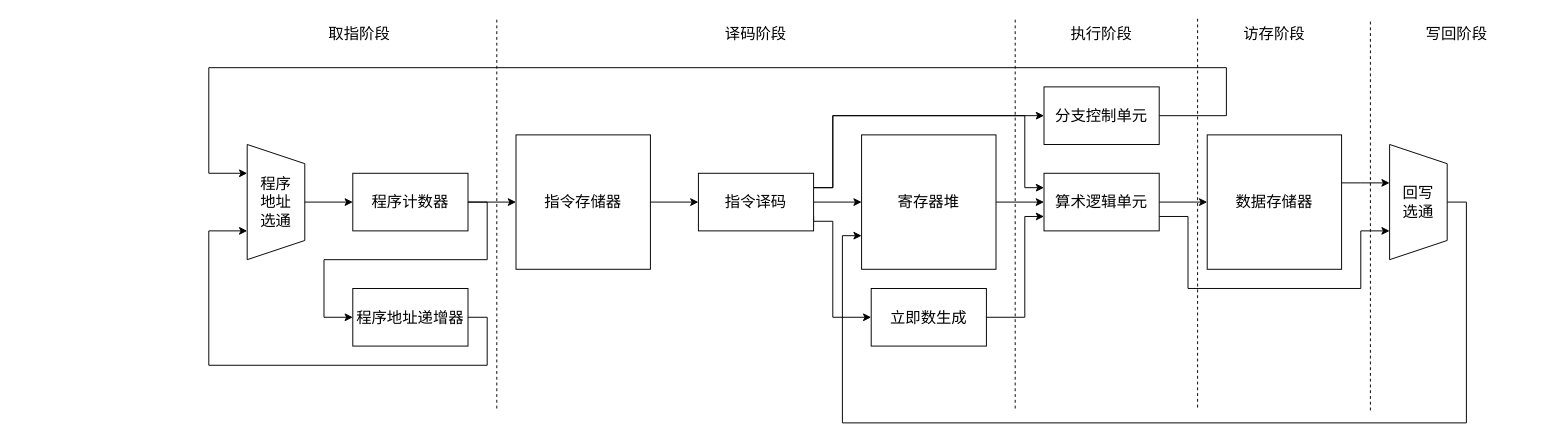
Above: Pipeline Arch.drawio in Jzjerry/Jeriscv (draw.io), before the change. Source tidied: cells renumbered, new cells numbered last; positions are measured from the earlier drawing's top-left corner, leaving out a move shared by most shapes. Both pictures are drawn from the tidied source at 96%, with x=0, y=0 at pixel (208, 16).
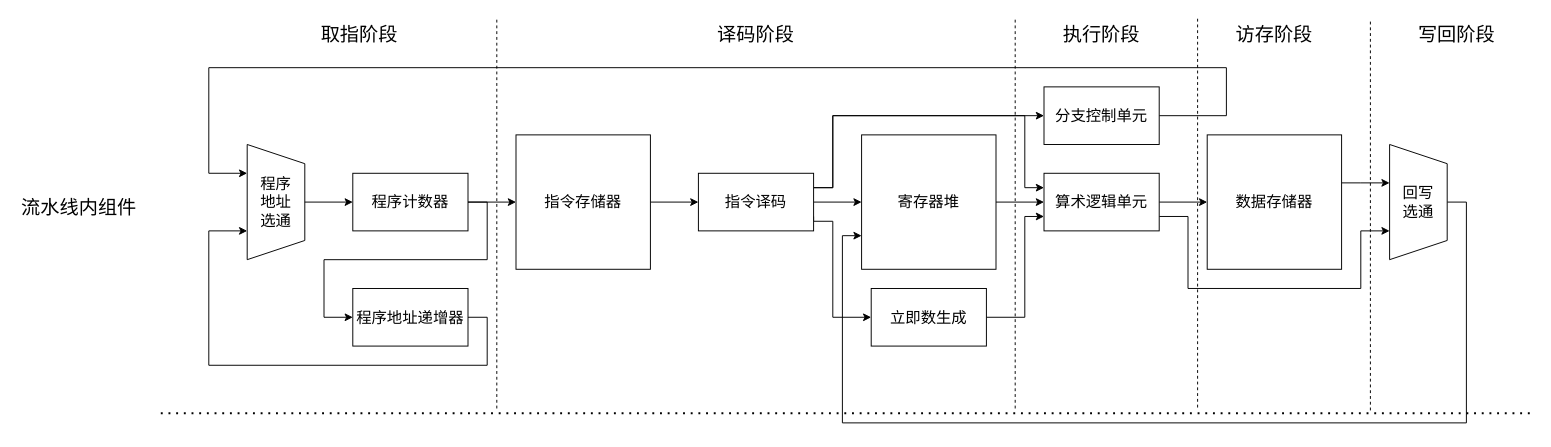
The same diagram, later.

What changed in the source:
```diff
@@
-    <mxCell id="33" value="取指阶段" style="text;html=1;strokeColor=none;fillColor=none;align=center;verticalAlign=middle;whiteSpace=wrap;rounded=0;fontFamily=Helvetica;fontSize=16;" parent="1" vertex="1">
+    <mxCell id="33" value="取指阶段" style="text;html=1;strokeColor=none;fillColor=none;align=center;verticalAlign=middle;whiteSpace=wrap;rounded=0;fontFamily=Helvetica;fontSize=20;" parent="1" vertex="1">
       <mxGeometry x="97" y="3" width="120" height="30" as="geometry" />
     </mxCell>
-    <mxCell id="34" value="译码阶段" style="text;html=1;strokeColor=none;fillColor=none;align=center;verticalAlign=middle;whiteSpace=wrap;rounded=0;fontFamily=Helvetica;fontSize=16;" parent="1" vertex="1">
+    <mxCell id="34" value="译码阶段" style="text;html=1;strokeColor=none;fillColor=none;align=center;verticalAlign=middle;whiteSpace=wrap;rounded=0;fontFamily=Helvetica;fontSize=20;" parent="1" vertex="1">
       <mxGeometry x="510" y="3" width="120" height="30" as="geometry" />
     </mxCell>
-    <mxCell id="35" value="执行阶段" style="text;html=1;strokeColor=none;fillColor=none;align=center;verticalAlign=middle;whiteSpace=wrap;rounded=0;fontFamily=Helvetica;fontSize=16;" parent="1" vertex="1">
+    <mxCell id="35" value="执行阶段" style="text;html=1;strokeColor=none;fillColor=none;align=center;verticalAlign=middle;whiteSpace=wrap;rounded=0;fontFamily=Helvetica;fontSize=20;" parent="1" vertex="1">
       <mxGeometry x="870" y="3" width="120" height="30" as="geometry" />
     </mxCell>
-    <mxCell id="36" value="访存阶段" style="text;html=1;strokeColor=none;fillColor=none;align=center;verticalAlign=middle;whiteSpace=wrap;rounded=0;fontFamily=Helvetica;fontSize=16;" parent="1" vertex="1">
+    <mxCell id="36" value="访存阶段" style="text;html=1;strokeColor=none;fillColor=none;align=center;verticalAlign=middle;whiteSpace=wrap;rounded=0;fontFamily=Helvetica;fontSize=20;" parent="1" vertex="1">
       <mxGeometry x="1050" y="3" width="120" height="30" as="geometry" />
     </mxCell>
-    <mxCell id="37" value="写回阶段" style="text;html=1;strokeColor=none;fillColor=none;align=center;verticalAlign=middle;whiteSpace=wrap;rounded=0;fontFamily=Helvetica;fontSize=16;" parent="1" vertex="1">
+    <mxCell id="37" value="写回阶段" style="text;html=1;strokeColor=none;fillColor=none;align=center;verticalAlign=middle;whiteSpace=wrap;rounded=0;fontFamily=Helvetica;fontSize=20;" parent="1" vertex="1">
       <mxGeometry x="1240" y="3" width="120" height="30" as="geometry" />
     </mxCell>
+    <mxCell id="38" style="endArrow=none;dashed=1;html=1;dashPattern=1 3;strokeWidth=2;rounded=0;fontFamily=Helvetica;fontSize=16;fontColor=#000000;" parent="1" edge="1">
+      <mxGeometry relative="1" as="geometry">
+        <mxPoint x="-50" y="413" as="sourcePoint" />
+        <mxPoint x="1380" y="413" as="targetPoint" />
+      </mxGeometry>
+    </mxCell>
+    <mxCell id="39" value="流水线内组件" style="text;html=1;strokeColor=none;fillColor=none;align=center;verticalAlign=middle;whiteSpace=wrap;rounded=0;labelBackgroundColor=none;fontFamily=Helvetica;fontSize=20;fontColor=#000000;" parent="1" vertex="1">
+      <mxGeometry x="-200" y="123" width="130" height="150" as="geometry" />
+    </mxCell>
```
